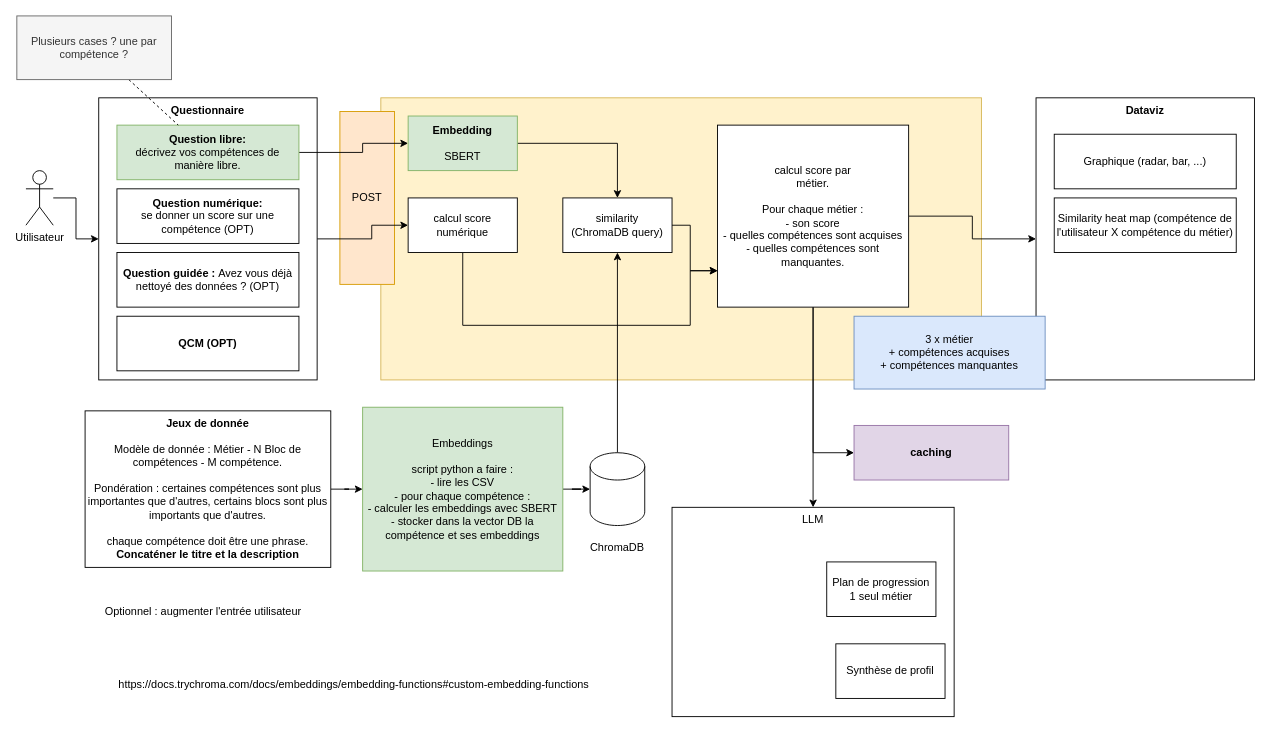
The draw.io diagram specifications/Projet IA Gen.drawio in anthonybnl/projet-ia-generative, before the edit. Source tidied: cells renumbered, new cells numbered last; positions are measured from the earlier drawing's top-left corner, leaving out a move shared by most shapes. Both pictures are drawn from the tidied source at 91%, with x=0, y=0 at pixel (16, 15).
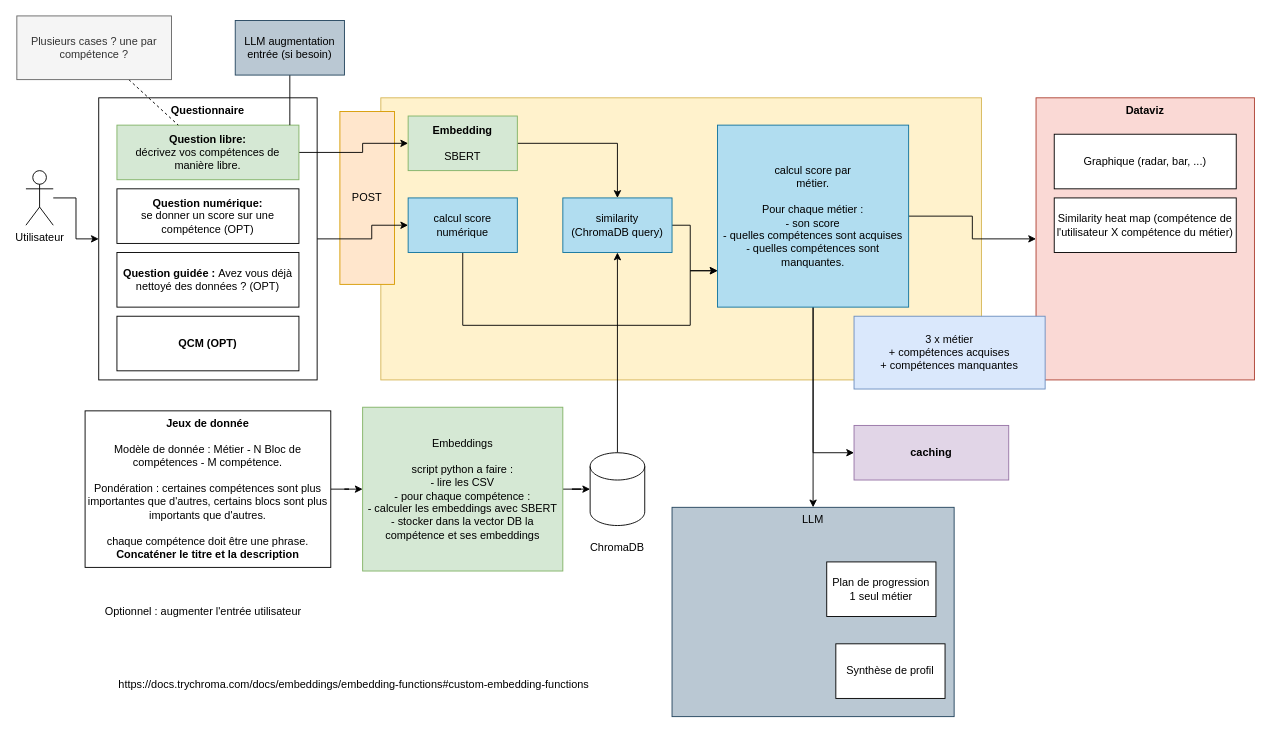
After the change.

Unchanged cells that the change refers to:
```xml
<mxCell id="9" value="&lt;b&gt;Question libre:&lt;/b&gt;&lt;br&gt;décrivez vos compétences de manière libre." style="rounded=0;whiteSpace=wrap;html=1;fillColor=#d5e8d4;strokeColor=#82b366;" parent="1" vertex="1">
  <mxGeometry x="110" y="120" width="200" height="60" as="geometry" />
</mxCell>
```

The edit, as a diff of the source:
```diff
@@
-<mxGraphModel>
+<mxGraphModel background="#FFFFFF">
@@
-    <mxCell id="25" value="&lt;div&gt;similarity&lt;/div&gt;&lt;div&gt;(ChromaDB query)&lt;/div&gt;" style="rounded=0;whiteSpace=wrap;html=1;" parent="1" vertex="1">
+    <mxCell id="25" value="&lt;div&gt;similarity&lt;/div&gt;&lt;div&gt;(ChromaDB query)&lt;/div&gt;" style="rounded=0;whiteSpace=wrap;html=1;fillColor=#b1ddf0;strokeColor=#10739e;" parent="1" vertex="1">
       <mxGeometry x="600" y="200" width="120" height="60" as="geometry" />
     </mxCell>
@@
-    <mxCell id="27" value="calcul score numérique" style="rounded=0;whiteSpace=wrap;html=1;" parent="1" vertex="1">
+    <mxCell id="27" value="calcul score numérique" style="rounded=0;whiteSpace=wrap;html=1;fillColor=#b1ddf0;strokeColor=#10739e;" parent="1" vertex="1">
       <mxGeometry x="430" y="200" width="120" height="60" as="geometry" />
     </mxCell>
@@
-    <mxCell id="31" value="&lt;div&gt;calcul score par&lt;/div&gt;&lt;div&gt;métier.&lt;/div&gt;&lt;div&gt;&lt;br&gt;&lt;/div&gt;&lt;div&gt;Pour chaque métier :&lt;/div&gt;&lt;div&gt;- son score&lt;/div&gt;&lt;div&gt;- quelles compétences sont acquises&lt;/div&gt;&lt;div&gt;- quelles compétences sont manquantes.&lt;/div&gt;" style="rounded=0;whiteSpace=wrap;html=1;" parent="1" vertex="1">
+    <mxCell id="31" value="&lt;div&gt;calcul score par&lt;/div&gt;&lt;div&gt;métier.&lt;/div&gt;&lt;div&gt;&lt;br&gt;&lt;/div&gt;&lt;div&gt;Pour chaque métier :&lt;/div&gt;&lt;div&gt;- son score&lt;/div&gt;&lt;div&gt;- quelles compétences sont acquises&lt;/div&gt;&lt;div&gt;- quelles compétences sont manquantes.&lt;/div&gt;" style="rounded=0;whiteSpace=wrap;html=1;fillColor=#b1ddf0;strokeColor=#10739e;" parent="1" vertex="1">
       <mxGeometry x="770" y="120" width="210" height="200" as="geometry" />
     </mxCell>
-    <mxCell id="32" value="LLM" style="rounded=0;whiteSpace=wrap;html=1;verticalAlign=top;" parent="1" vertex="1">
+    <mxCell id="32" value="LLM" style="rounded=0;whiteSpace=wrap;html=1;verticalAlign=top;fillColor=#bac8d3;strokeColor=#23445d;" parent="1" vertex="1">
       <mxGeometry x="720" y="540" width="310" height="230" as="geometry" />
     </mxCell>
@@
-    <mxCell id="35" value="&lt;b&gt;Dataviz&lt;/b&gt;" style="rounded=0;whiteSpace=wrap;html=1;verticalAlign=top;" parent="1" vertex="1">
+    <mxCell id="35" value="&lt;b&gt;Dataviz&lt;/b&gt;" style="rounded=0;whiteSpace=wrap;html=1;verticalAlign=top;fillColor=#fad9d5;strokeColor=#ae4132;" parent="1" vertex="1">
       <mxGeometry x="1120" y="90" width="240" height="310" as="geometry" />
     </mxCell>
@@
+    <mxCell id="42" style="edgeStyle=orthogonalEdgeStyle;html=1;endArrow=none;endFill=0;" parent="1" edge="1" source="43" target="9">
+      <mxGeometry relative="1" as="geometry">
+        <Array as="points">
+          <mxPoint x="300" y="100" />
+          <mxPoint x="300" y="100" />
+        </Array>
+      </mxGeometry>
+    </mxCell>
+    <mxCell id="43" value="LLM augmentation entrée (si besoin)" style="rounded=0;whiteSpace=wrap;html=1;fillColor=#bac8d3;strokeColor=#23445d;" parent="1" vertex="1">
+      <mxGeometry x="240" y="5" width="120" height="60" as="geometry" />
+    </mxCell>
```
